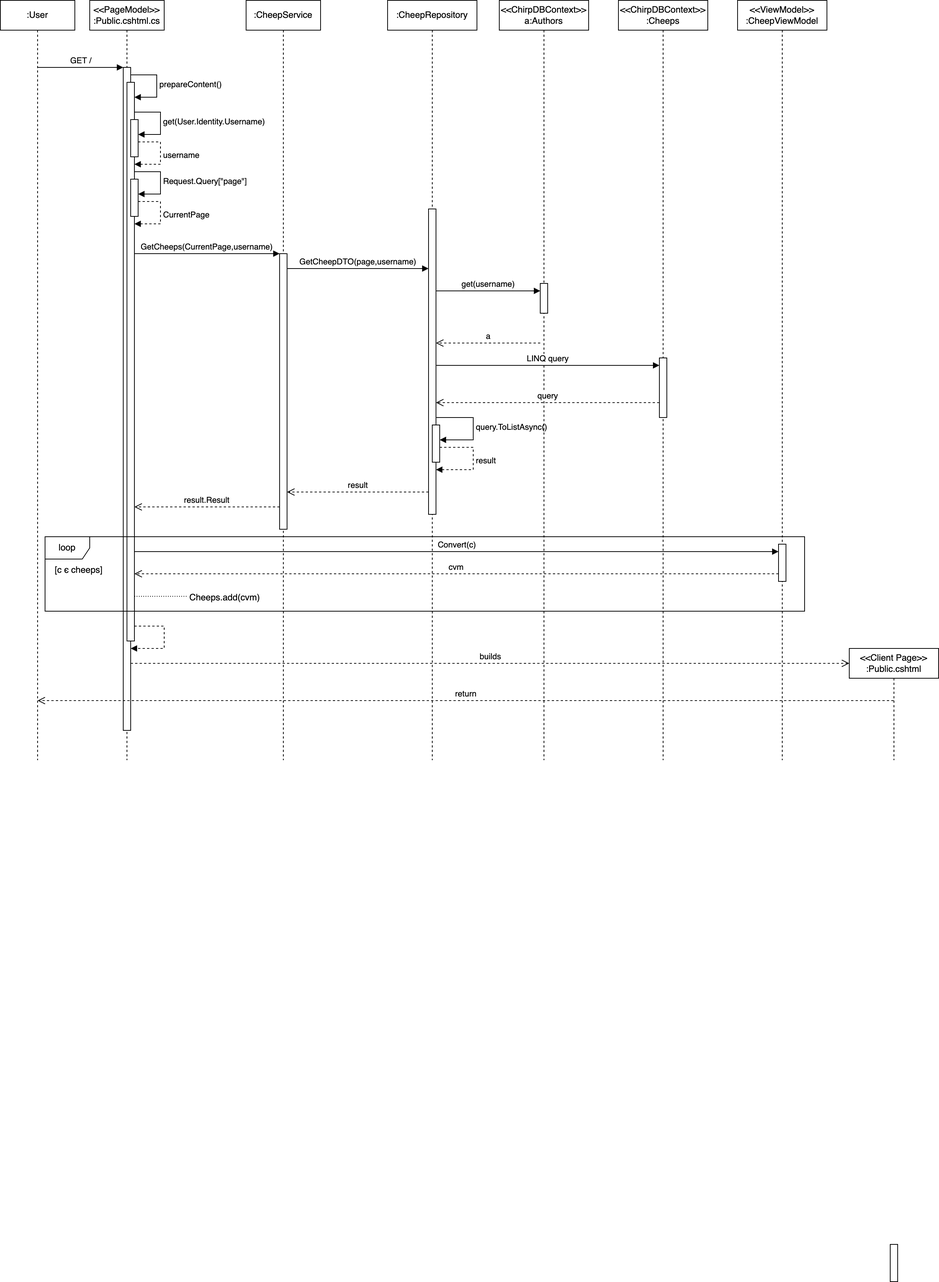
Earlier version of the draw.io export docs/images/sequence_diagram.png (ITU-BDSA2024-GROUP19/Chirp). Source tidied: cells renumbered, new cells last; positions are measured from the earlier drawing's top-left corner, leaving out a move shared by most shapes. Source of this version:
```xml
<mxGraphModel>
  <root>
    <mxCell id="0" />
    <mxCell id="1" parent="0" />
    <mxCell id="2" value=":User" style="shape=umlLifeline;perimeter=lifelinePerimeter;whiteSpace=wrap;html=1;outlineConnect=0;portConstraint=eastwest;newEdgeStyle={&quot;edgeStyle&quot;:&quot;elbowEdgeStyle&quot;,&quot;elbow&quot;:&quot;vertical&quot;,&quot;curved&quot;:0,&quot;rounded&quot;:0};" parent="1" vertex="1">
      <mxGeometry width="100" height="1020" as="geometry" />
    </mxCell>
    <mxCell id="3" value="GET /" style="html=1;verticalAlign=bottom;endArrow=block;edgeStyle=elbowEdgeStyle;elbow=vertical;curved=0;rounded=0;" parent="1" edge="1" source="2" target="15">
      <mxGeometry relative="1" as="geometry">
        <Array as="points">
          <mxPoint x="140" y="90" />
        </Array>
      </mxGeometry>
    </mxCell>
    <mxCell id="4" value="&lt;div&gt;&lt;span style=&quot;background-color: initial;&quot;&gt;:CheepService&lt;/span&gt;&lt;/div&gt;" style="shape=umlLifeline;perimeter=lifelinePerimeter;whiteSpace=wrap;html=1;newEdgeStyle={&quot;edgeStyle&quot;:&quot;elbowEdgeStyle&quot;,&quot;elbow&quot;:&quot;vertical&quot;,&quot;curved&quot;:0,&quot;rounded&quot;:0};" parent="1" vertex="1">
      <mxGeometry x="330" width="100" height="1020" as="geometry" />
    </mxCell>
    <mxCell id="5" style="html=1;points=[];perimeter=orthogonalPerimeter;outlineConnect=0;targetShapes=umlLifeline;portConstraint=eastwest;newEdgeStyle={&quot;edgeStyle&quot;:&quot;elbowEdgeStyle&quot;,&quot;elbow&quot;:&quot;vertical&quot;,&quot;curved&quot;:0,&quot;rounded&quot;:0};" parent="4" vertex="1">
      <mxGeometry x="45" y="340" width="10" height="370" as="geometry" />
    </mxCell>
    <mxCell id="6" value="&lt;div&gt;&lt;span style=&quot;background-color: initial;&quot;&gt;:CheepRepository&lt;/span&gt;&lt;/div&gt;" style="shape=umlLifeline;perimeter=lifelinePerimeter;whiteSpace=wrap;html=1;newEdgeStyle={&quot;edgeStyle&quot;:&quot;elbowEdgeStyle&quot;,&quot;elbow&quot;:&quot;vertical&quot;,&quot;curved&quot;:0,&quot;rounded&quot;:0};size=40;" parent="1" vertex="1">
      <mxGeometry x="520" width="120" height="1020" as="geometry" />
    </mxCell>
    <mxCell id="7" style="html=1;points=[];perimeter=orthogonalPerimeter;outlineConnect=0;targetShapes=umlLifeline;portConstraint=eastwest;newEdgeStyle={&quot;edgeStyle&quot;:&quot;elbowEdgeStyle&quot;,&quot;elbow&quot;:&quot;vertical&quot;,&quot;curved&quot;:0,&quot;rounded&quot;:0};" parent="6" vertex="1">
      <mxGeometry x="55" y="280" width="10" height="410" as="geometry" />
    </mxCell>
    <mxCell id="8" style="html=1;points=[];perimeter=orthogonalPerimeter;outlineConnect=0;targetShapes=umlLifeline;portConstraint=eastwest;newEdgeStyle={&quot;edgeStyle&quot;:&quot;elbowEdgeStyle&quot;,&quot;elbow&quot;:&quot;vertical&quot;,&quot;curved&quot;:0,&quot;rounded&quot;:0};" parent="6" vertex="1">
      <mxGeometry x="60" y="570" width="10" height="50" as="geometry" />
    </mxCell>
    <mxCell id="9" value="query.ToListAsync()" style="html=1;align=left;spacingLeft=2;endArrow=block;rounded=0;edgeStyle=orthogonalEdgeStyle;curved=0;rounded=0;" parent="6" edge="1" source="7" target="8">
      <mxGeometry relative="1" as="geometry">
        <Array as="points">
          <mxPoint x="115" y="560" />
          <mxPoint x="115" y="590" />
        </Array>
      </mxGeometry>
    </mxCell>
    <mxCell id="10" value="result" style="html=1;align=left;spacingLeft=2;endArrow=block;rounded=0;edgeStyle=orthogonalEdgeStyle;curved=0;rounded=0;dashed=1;" parent="6" edge="1" source="8" target="7">
      <mxGeometry relative="1" as="geometry">
        <Array as="points">
          <mxPoint x="115" y="600" />
          <mxPoint x="115" y="630" />
        </Array>
      </mxGeometry>
    </mxCell>
    <mxCell id="11" value="GetCheepDTO(page,username)" style="html=1;verticalAlign=bottom;endArrow=block;edgeStyle=elbowEdgeStyle;elbow=vertical;curved=0;rounded=0;" parent="1" edge="1" source="5" target="7">
      <mxGeometry relative="1" as="geometry">
        <Array as="points">
          <mxPoint x="420" y="360" />
        </Array>
      </mxGeometry>
    </mxCell>
    <mxCell id="12" value="&lt;div&gt;&lt;span style=&quot;background-color: initial;&quot;&gt;&amp;lt;&amp;lt;ChirpDBContext&amp;gt;&amp;gt;&lt;/span&gt;&lt;/div&gt;&lt;div&gt;&lt;span style=&quot;background-color: initial;&quot;&gt;a:Authors&lt;/span&gt;&lt;/div&gt;" style="shape=umlLifeline;perimeter=lifelinePerimeter;whiteSpace=wrap;html=1;newEdgeStyle={&quot;edgeStyle&quot;:&quot;elbowEdgeStyle&quot;,&quot;elbow&quot;:&quot;vertical&quot;,&quot;curved&quot;:0,&quot;rounded&quot;:0};" parent="1" vertex="1">
      <mxGeometry x="670" width="120" height="1020" as="geometry" />
    </mxCell>
    <mxCell id="13" style="html=1;perimeter=orthogonalPerimeter;targetShapes=umlLifeline;newEdgeStyle={&quot;edgeStyle&quot;:&quot;elbowEdgeStyle&quot;,&quot;elbow&quot;:&quot;vertical&quot;,&quot;curved&quot;:0,&quot;rounded&quot;:0};" parent="12" vertex="1">
      <mxGeometry x="55" y="380" width="10" height="40" as="geometry" />
    </mxCell>
    <mxCell id="14" value="&lt;div&gt;&amp;lt;&amp;lt;PageModel&amp;gt;&amp;gt;&lt;/div&gt;:Public.cshtml.cs" style="shape=umlLifeline;perimeter=lifelinePerimeter;whiteSpace=wrap;html=1;newEdgeStyle={&quot;edgeStyle&quot;:&quot;elbowEdgeStyle&quot;,&quot;elbow&quot;:&quot;vertical&quot;,&quot;curved&quot;:0,&quot;rounded&quot;:0};" parent="1" vertex="1">
      <mxGeometry x="120" width="100" height="1020" as="geometry" />
    </mxCell>
    <mxCell id="15" style="html=1;points=[];perimeter=orthogonalPerimeter;outlineConnect=0;targetShapes=umlLifeline;portConstraint=eastwest;newEdgeStyle={&quot;edgeStyle&quot;:&quot;elbowEdgeStyle&quot;,&quot;elbow&quot;:&quot;vertical&quot;,&quot;curved&quot;:0,&quot;rounded&quot;:0};" parent="14" vertex="1">
      <mxGeometry x="45" y="90" width="10" height="890" as="geometry" />
    </mxCell>
    <mxCell id="16" style="html=1;points=[];perimeter=orthogonalPerimeter;outlineConnect=0;targetShapes=umlLifeline;portConstraint=eastwest;newEdgeStyle={&quot;edgeStyle&quot;:&quot;elbowEdgeStyle&quot;,&quot;elbow&quot;:&quot;vertical&quot;,&quot;curved&quot;:0,&quot;rounded&quot;:0};" parent="14" vertex="1">
      <mxGeometry x="50" y="110" width="10" height="750" as="geometry" />
    </mxCell>
    <mxCell id="17" value="prepareContent()" style="html=1;align=left;spacingLeft=2;endArrow=block;rounded=0;edgeStyle=orthogonalEdgeStyle;curved=0;rounded=0;" parent="14" edge="1" target="16">
      <mxGeometry relative="1" as="geometry">
        <mxPoint x="55" y="100" as="sourcePoint" />
        <Array as="points">
          <mxPoint x="90" y="100" />
          <mxPoint x="90" y="130" />
        </Array>
      </mxGeometry>
    </mxCell>
    <mxCell id="18" style="html=1;points=[];perimeter=orthogonalPerimeter;outlineConnect=0;targetShapes=umlLifeline;portConstraint=eastwest;newEdgeStyle={&quot;edgeStyle&quot;:&quot;elbowEdgeStyle&quot;,&quot;elbow&quot;:&quot;vertical&quot;,&quot;curved&quot;:0,&quot;rounded&quot;:0};" parent="14" vertex="1">
      <mxGeometry x="55" y="160" width="10" height="50" as="geometry" />
    </mxCell>
    <mxCell id="19" value="get(User.Identity.Username)" style="html=1;align=left;spacingLeft=2;endArrow=block;rounded=0;edgeStyle=orthogonalEdgeStyle;curved=0;rounded=0;" parent="14" edge="1" target="18">
      <mxGeometry relative="1" as="geometry">
        <mxPoint x="60" y="150" as="sourcePoint" />
        <Array as="points">
          <mxPoint x="95" y="150" />
          <mxPoint x="95" y="180" />
        </Array>
      </mxGeometry>
    </mxCell>
    <mxCell id="20" value="username" style="html=1;align=left;spacingLeft=2;endArrow=block;rounded=0;edgeStyle=orthogonalEdgeStyle;curved=0;rounded=0;dashed=1;" parent="14" edge="1">
      <mxGeometry relative="1" as="geometry">
        <mxPoint x="65" y="190" as="sourcePoint" />
        <mxPoint x="60" y="220" as="targetPoint" />
        <Array as="points">
          <mxPoint x="95" y="190" />
          <mxPoint x="95" y="220" />
        </Array>
      </mxGeometry>
    </mxCell>
    <mxCell id="21" style="html=1;align=left;spacingLeft=2;endArrow=block;rounded=0;edgeStyle=orthogonalEdgeStyle;curved=0;rounded=0;dashed=1;" parent="14" edge="1">
      <mxGeometry relative="1" as="geometry">
        <mxPoint x="60" y="840" as="sourcePoint" />
        <mxPoint x="55" y="870" as="targetPoint" />
        <Array as="points">
          <mxPoint x="100" y="840" />
          <mxPoint x="100" y="870" />
        </Array>
      </mxGeometry>
    </mxCell>
    <mxCell id="22" style="html=1;points=[];perimeter=orthogonalPerimeter;outlineConnect=0;targetShapes=umlLifeline;portConstraint=eastwest;newEdgeStyle={&quot;edgeStyle&quot;:&quot;elbowEdgeStyle&quot;,&quot;elbow&quot;:&quot;vertical&quot;,&quot;curved&quot;:0,&quot;rounded&quot;:0};" parent="14" vertex="1">
      <mxGeometry x="55" y="240" width="10" height="50" as="geometry" />
    </mxCell>
    <mxCell id="23" value="Request.Query[&quot;page&quot;]" style="html=1;align=left;spacingLeft=2;endArrow=block;rounded=0;edgeStyle=orthogonalEdgeStyle;curved=0;rounded=0;" parent="14" edge="1" target="22">
      <mxGeometry relative="1" as="geometry">
        <mxPoint x="60" y="230" as="sourcePoint" />
        <Array as="points">
          <mxPoint x="95" y="230" />
          <mxPoint x="95" y="260" />
        </Array>
      </mxGeometry>
    </mxCell>
    <mxCell id="24" value="CurrentPage" style="html=1;align=left;spacingLeft=2;endArrow=block;rounded=0;edgeStyle=orthogonalEdgeStyle;curved=0;rounded=0;dashed=1;" parent="14" edge="1">
      <mxGeometry x="0.01" relative="1" as="geometry">
        <mxPoint x="65" y="270" as="sourcePoint" />
        <mxPoint x="60" y="300" as="targetPoint" />
        <Array as="points">
          <mxPoint x="95" y="270" />
          <mxPoint x="95" y="300" />
        </Array>
      </mxGeometry>
    </mxCell>
    <mxCell id="25" value="GetCheeps(CurrentPage,username)" style="html=1;verticalAlign=bottom;endArrow=block;edgeStyle=elbowEdgeStyle;elbow=vertical;curved=0;rounded=0;" parent="1" edge="1" target="5">
      <mxGeometry relative="1" as="geometry">
        <mxPoint x="180" y="340" as="sourcePoint" />
        <Array as="points">
          <mxPoint x="283" y="340" />
        </Array>
      </mxGeometry>
    </mxCell>
    <mxCell id="26" value="get(username)" style="html=1;verticalAlign=bottom;endArrow=block;edgeStyle=elbowEdgeStyle;elbow=vertical;curved=0;rounded=0;" parent="1" edge="1">
      <mxGeometry relative="1" as="geometry">
        <mxPoint x="585" y="390" as="sourcePoint" />
        <mxPoint x="725" y="390" as="targetPoint" />
        <Array as="points">
          <mxPoint x="690" y="390" />
        </Array>
      </mxGeometry>
    </mxCell>
    <mxCell id="27" value="a" style="html=1;verticalAlign=bottom;endArrow=open;dashed=1;endSize=8;edgeStyle=elbowEdgeStyle;elbow=vertical;curved=0;rounded=0;" parent="1" edge="1">
      <mxGeometry relative="1" as="geometry">
        <mxPoint x="725" y="460" as="sourcePoint" />
        <mxPoint x="585" y="460" as="targetPoint" />
        <Array as="points">
          <mxPoint x="670" y="460" />
        </Array>
      </mxGeometry>
    </mxCell>
    <mxCell id="28" value="&lt;div&gt;&lt;span style=&quot;background-color: initial;&quot;&gt;&amp;lt;&amp;lt;ChirpDBContext&amp;gt;&amp;gt;&lt;/span&gt;&lt;/div&gt;&lt;div&gt;:Cheeps&lt;/div&gt;" style="shape=umlLifeline;perimeter=lifelinePerimeter;whiteSpace=wrap;html=1;newEdgeStyle={&quot;edgeStyle&quot;:&quot;elbowEdgeStyle&quot;,&quot;elbow&quot;:&quot;vertical&quot;,&quot;curved&quot;:0,&quot;rounded&quot;:0};" parent="1" vertex="1">
      <mxGeometry x="830" width="120" height="1020" as="geometry" />
    </mxCell>
    <mxCell id="29" style="html=1;points=[];perimeter=orthogonalPerimeter;outlineConnect=0;targetShapes=umlLifeline;portConstraint=eastwest;newEdgeStyle={&quot;edgeStyle&quot;:&quot;elbowEdgeStyle&quot;,&quot;elbow&quot;:&quot;vertical&quot;,&quot;curved&quot;:0,&quot;rounded&quot;:0};" parent="28" vertex="1">
      <mxGeometry x="55" y="480" width="10" height="80" as="geometry" />
    </mxCell>
    <mxCell id="30" value="LINQ query" style="html=1;verticalAlign=bottom;endArrow=block;edgeStyle=elbowEdgeStyle;elbow=horizontal;curved=0;rounded=0;" parent="1" edge="1" source="7" target="29">
      <mxGeometry relative="1" as="geometry">
        <Array as="points">
          <mxPoint x="715" y="490" />
        </Array>
      </mxGeometry>
    </mxCell>
    <mxCell id="31" value="query" style="html=1;verticalAlign=bottom;endArrow=open;dashed=1;endSize=8;edgeStyle=elbowEdgeStyle;elbow=vertical;curved=0;rounded=0;" parent="1" edge="1" source="29">
      <mxGeometry relative="1" as="geometry">
        <mxPoint x="585" y="540" as="targetPoint" />
        <Array as="points">
          <mxPoint x="820" y="540" />
          <mxPoint x="700" y="370" />
        </Array>
      </mxGeometry>
    </mxCell>
    <mxCell id="32" value="&amp;lt;&amp;lt;Client Page&amp;gt;&amp;gt;&lt;div&gt;:Public.cshtml&lt;/div&gt;" style="shape=umlLifeline;perimeter=lifelinePerimeter;whiteSpace=wrap;html=1;newEdgeStyle={&quot;edgeStyle&quot;:&quot;elbowEdgeStyle&quot;,&quot;elbow&quot;:&quot;vertical&quot;,&quot;curved&quot;:0,&quot;rounded&quot;:0};" parent="1" vertex="1">
      <mxGeometry x="1140" y="870" width="120" height="150" as="geometry" />
    </mxCell>
    <mxCell id="33" style="html=1;perimeter=orthogonalPerimeter;targetShapes=umlLifeline;newEdgeStyle={&quot;edgeStyle&quot;:&quot;elbowEdgeStyle&quot;,&quot;elbow&quot;:&quot;vertical&quot;,&quot;curved&quot;:0,&quot;rounded&quot;:0};" parent="32" vertex="1">
      <mxGeometry x="55" y="800" width="10" height="50" as="geometry" />
    </mxCell>
    <mxCell id="34" value="result" style="html=1;verticalAlign=bottom;endArrow=open;dashed=1;endSize=8;edgeStyle=elbowEdgeStyle;elbow=vertical;curved=0;rounded=0;" parent="1" edge="1">
      <mxGeometry relative="1" as="geometry">
        <mxPoint x="575" y="660" as="sourcePoint" />
        <mxPoint x="385" y="660" as="targetPoint" />
        <Array as="points">
          <mxPoint x="485" y="660" />
        </Array>
      </mxGeometry>
    </mxCell>
    <mxCell id="35" value="result.Result" style="html=1;verticalAlign=bottom;endArrow=open;dashed=1;endSize=8;edgeStyle=elbowEdgeStyle;elbow=vertical;curved=0;rounded=0;" parent="1" edge="1">
      <mxGeometry relative="1" as="geometry">
        <mxPoint x="375" y="680" as="sourcePoint" />
        <mxPoint x="180" y="680" as="targetPoint" />
        <Array as="points">
          <mxPoint x="210" y="680" />
          <mxPoint x="275" y="520" />
        </Array>
      </mxGeometry>
    </mxCell>
    <mxCell id="36" value="&amp;lt;&amp;lt;ViewModel&amp;gt;&amp;gt;&lt;div&gt;:CheepViewModel&lt;/div&gt;" style="shape=umlLifeline;perimeter=lifelinePerimeter;whiteSpace=wrap;html=1;newEdgeStyle={&quot;edgeStyle&quot;:&quot;elbowEdgeStyle&quot;,&quot;elbow&quot;:&quot;vertical&quot;,&quot;curved&quot;:0,&quot;rounded&quot;:0};" parent="1" vertex="1">
      <mxGeometry x="990" width="120" height="1020" as="geometry" />
    </mxCell>
    <mxCell id="37" style="html=1;perimeter=orthogonalPerimeter;targetShapes=umlLifeline;newEdgeStyle={&quot;edgeStyle&quot;:&quot;elbowEdgeStyle&quot;,&quot;elbow&quot;:&quot;vertical&quot;,&quot;curved&quot;:0,&quot;rounded&quot;:0};" parent="36" vertex="1">
      <mxGeometry x="55" y="730" width="10" height="50" as="geometry" />
    </mxCell>
    <mxCell id="38" value="loop" style="shape=umlFrame;whiteSpace=wrap;html=1;" parent="1" vertex="1">
      <mxGeometry x="60" y="720" width="1020" height="100" as="geometry" />
    </mxCell>
    <mxCell id="39" value="[c ϵ cheeps]" style="text;html=1;align=center;verticalAlign=middle;strokeColor=none;fillColor=none;" parent="1" vertex="1">
      <mxGeometry x="60" y="750" width="90" height="30" as="geometry" />
    </mxCell>
    <mxCell id="40" value="Convert(c)" style="html=1;verticalAlign=bottom;endArrow=block;curved=0;rounded=0;" parent="1" edge="1">
      <mxGeometry relative="1" as="geometry">
        <mxPoint x="180" y="740" as="sourcePoint" />
        <mxPoint x="1045" y="740" as="targetPoint" />
      </mxGeometry>
    </mxCell>
    <mxCell id="41" value="cvm" style="html=1;verticalAlign=bottom;endArrow=open;dashed=1;endSize=8;edgeStyle=elbowEdgeStyle;elbow=vertical;curved=0;rounded=0;" parent="1" edge="1">
      <mxGeometry relative="1" as="geometry">
        <mxPoint x="1045" y="769.7" as="sourcePoint" />
        <mxPoint x="180" y="769.7" as="targetPoint" />
        <Array as="points">
          <mxPoint x="240" y="769.7" />
          <mxPoint x="535" y="619.7" />
        </Array>
      </mxGeometry>
    </mxCell>
    <mxCell id="42" style="endArrow=none;html=1;rounded=0;dashed=1;dashPattern=1 2;" parent="1" edge="1">
      <mxGeometry relative="1" as="geometry">
        <mxPoint x="180" y="800" as="sourcePoint" />
        <mxPoint x="250" y="800" as="targetPoint" />
      </mxGeometry>
    </mxCell>
    <mxCell id="43" value="Cheeps.add(cvm)" style="html=1;whiteSpace=wrap;align=right;verticalAlign=bottom;" parent="42" vertex="1">
      <mxGeometry x="1" relative="1" as="geometry">
        <mxPoint x="100" y="10" as="offset" />
      </mxGeometry>
    </mxCell>
    <mxCell id="44" value="builds" style="html=1;verticalAlign=bottom;endArrow=open;dashed=1;endSize=8;curved=0;rounded=0;" parent="1" edge="1">
      <mxGeometry relative="1" as="geometry">
        <mxPoint x="175" y="890" as="sourcePoint" />
        <mxPoint x="1140" y="890" as="targetPoint" />
      </mxGeometry>
    </mxCell>
    <mxCell id="45" value="return" style="html=1;verticalAlign=bottom;endArrow=open;dashed=1;endSize=8;curved=0;rounded=0;" parent="1" edge="1">
      <mxGeometry relative="1" as="geometry">
        <mxPoint x="1199.5" y="940" as="sourcePoint" />
        <mxPoint x="50" y="940" as="targetPoint" />
      </mxGeometry>
    </mxCell>
  </root>
</mxGraphModel>
```
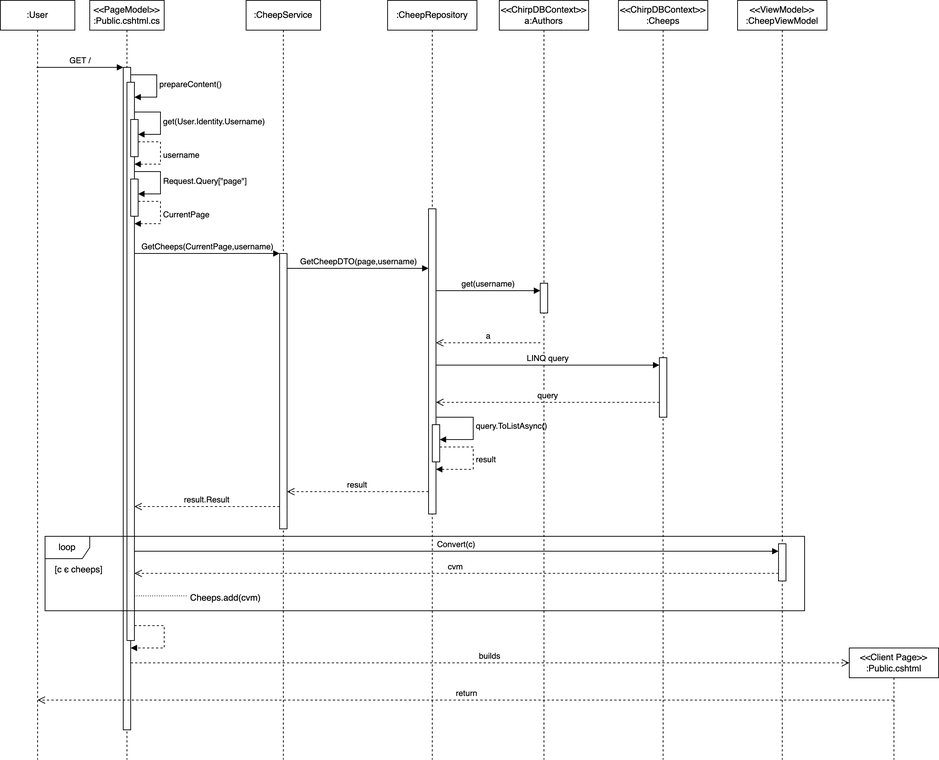
The same file after the commit.

Commit message:
cropped the sequence diagram and added the new image

What changed in the source:
```diff
@@ -179,9 +179,6 @@
     <mxCell id="32" value="&amp;lt;&amp;lt;Client Page&amp;gt;&amp;gt;&lt;div&gt;:Public.cshtml&lt;/div&gt;" style="shape=umlLifeline;perimeter=lifelinePerimeter;whiteSpace=wrap;html=1;newEdgeStyle={&quot;edgeStyle&quot;:&quot;elbowEdgeStyle&quot;,&quot;elbow&quot;:&quot;vertical&quot;,&quot;curved&quot;:0,&quot;rounded&quot;:0};" parent="1" vertex="1">
       <mxGeometry x="1140" y="870" width="120" height="150" as="geometry" />
     </mxCell>
-    <mxCell id="33" style="html=1;perimeter=orthogonalPerimeter;targetShapes=umlLifeline;newEdgeStyle={&quot;edgeStyle&quot;:&quot;elbowEdgeStyle&quot;,&quot;elbow&quot;:&quot;vertical&quot;,&quot;curved&quot;:0,&quot;rounded&quot;:0};" parent="32" vertex="1">
-      <mxGeometry x="55" y="800" width="10" height="50" as="geometry" />
-    </mxCell>
     <mxCell id="34" value="result" style="html=1;verticalAlign=bottom;endArrow=open;dashed=1;endSize=8;edgeStyle=elbowEdgeStyle;elbow=vertical;curved=0;rounded=0;" parent="1" edge="1">
       <mxGeometry relative="1" as="geometry">
         <mxPoint x="575" y="660" as="sourcePoint" />
```
